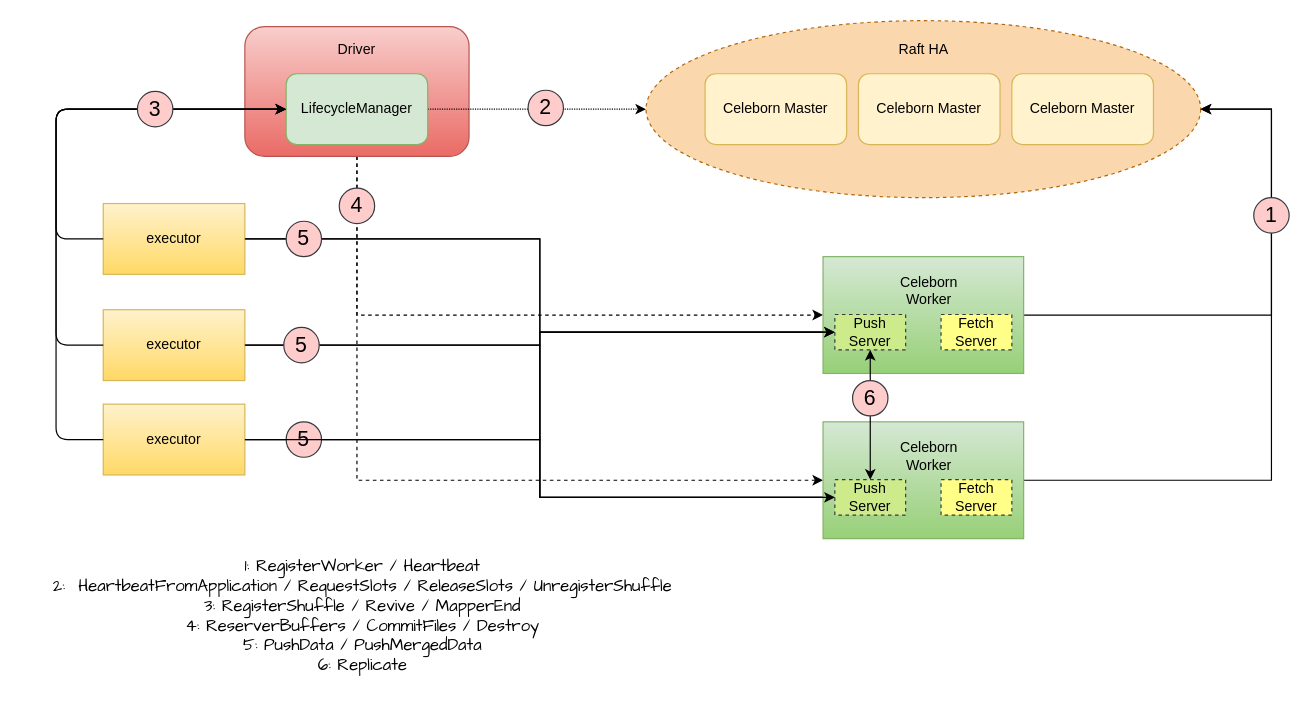
apache/celeborn keeps this draw.io diagram as assets/diagram/celeborn.drawio. Above is the earlier version. Source tidied: cells renumbered, new cells numbered last; positions are measured from the earlier drawing's top-left corner, leaving out a move shared by most shapes. Both pictures are drawn from the tidied source at 118%, with x=0, y=0 at pixel (20, 20).
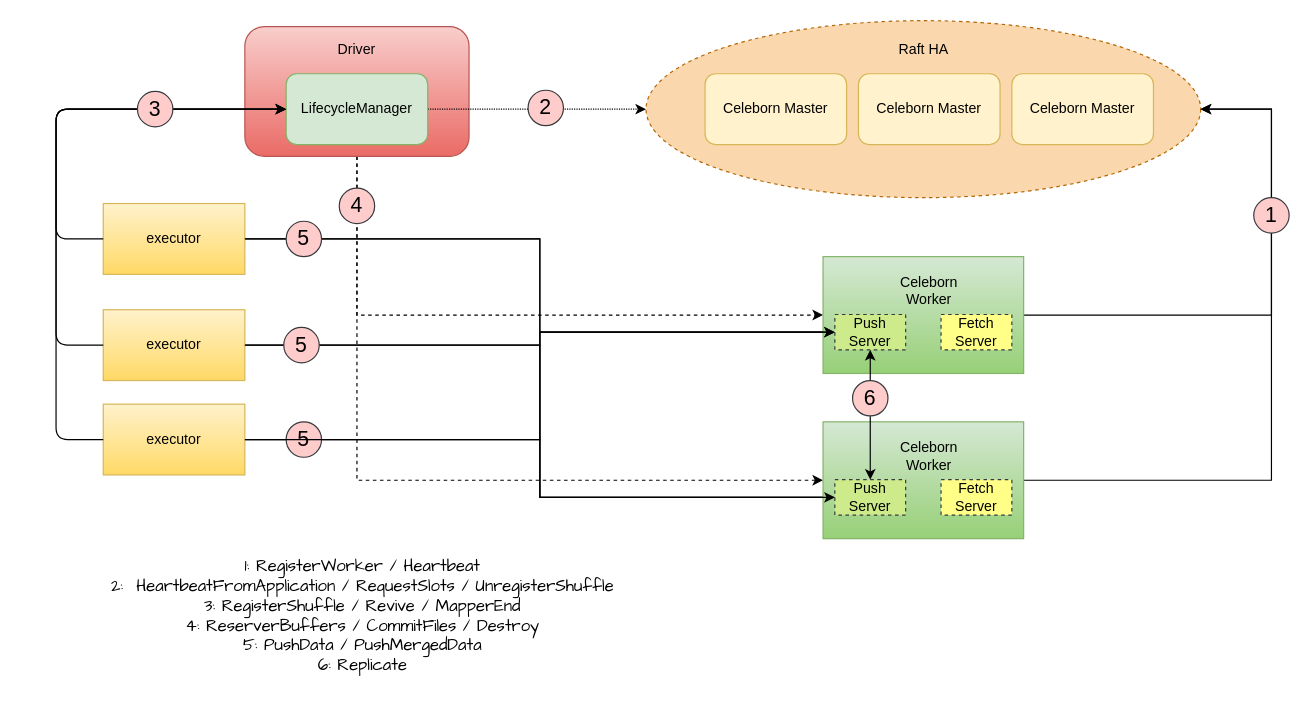
Above is the later version.

Commit message (it also covers changes not shown here):
[CELEBORN-2149] Remove the deprecated ReleaseSlots

What changed in the source:
```diff
@@
-    <mxCell id="27" value="&lt;font face=&quot;Comic Sans MS&quot; style=&quot;font-size: 14px&quot;&gt;1: RegisterWorker / Heartbeat&lt;br&gt;2:&amp;nbsp; HeartbeatFromApplication / RequestSlots / ReleaseSlots / UnregisterShuffle&lt;br&gt;3: RegisterShuffle / Revive / MapperEnd&lt;br&gt;4: ReserverBuffers / CommitFiles / Destroy&lt;br&gt;5: PushData / PushMergedData&lt;br&gt;6: Replicate&lt;br&gt;&lt;/font&gt;" style="text;html=1;strokeColor=none;fillColor=none;align=center;verticalAlign=middle;whiteSpace=wrap;rounded=0;fontSize=12;" parent="1" vertex="1">
+    <mxCell id="27" value="&lt;font face=&quot;Comic Sans MS&quot; style=&quot;font-size: 14px&quot;&gt;1: RegisterWorker / Heartbeat&lt;br&gt;2:&amp;nbsp; HeartbeatFromApplication / RequestSlots / UnregisterShuffle&lt;br&gt;3: RegisterShuffle / Revive / MapperEnd&lt;br&gt;4: ReserverBuffers / CommitFiles / Destroy&lt;br&gt;5: PushData / PushMergedData&lt;br&gt;6: Replicate&lt;br&gt;&lt;/font&gt;" style="text;html=1;strokeColor=none;fillColor=none;align=center;verticalAlign=middle;whiteSpace=wrap;rounded=0;fontSize=12;" parent="1" vertex="1">
       <mxGeometry y="445" width="580" height="120" as="geometry" />
     </mxCell>
```
